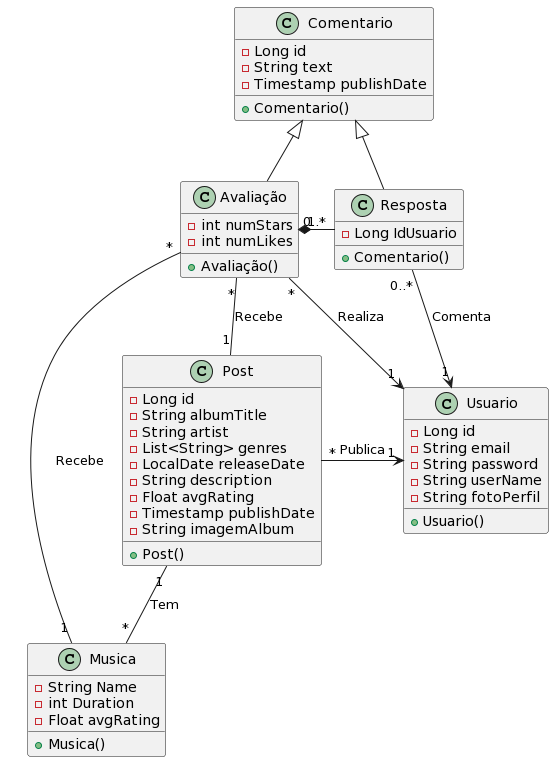
thcastilho/devweb keeps this PlantUML diagram as uml.png. Above is the earlier version.
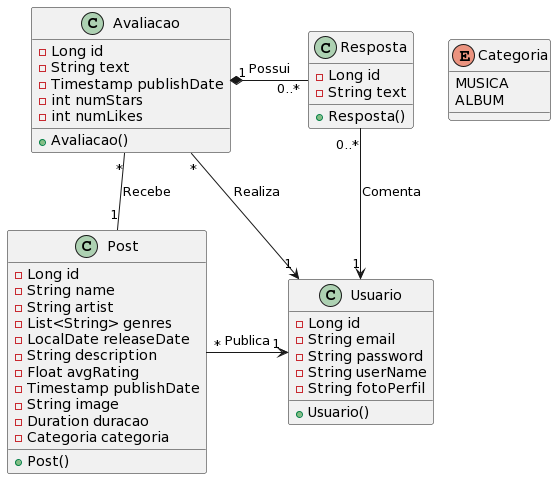
Above is the later version.

The edit, as a diff of the source:
```diff
@@ -10,52 +10,44 @@
 
 class Post {
   - Long id
-  - String albumTitle
+  - String name
   - String artist
   - List<String> genres
   - LocalDate releaseDate
   - String description
   - Float avgRating
   - Timestamp publishDate
-  - String imagemAlbum
+  - String image
+  - Duration duracao
+  - Categoria categoria
   + Post()
 }
 
-class Comentario {
+class Avaliacao {
   - Long id
   - String text
   - Timestamp publishDate
-  + Comentario()
-}
-
-class Avaliação {
   - int numStars
   - int numLikes
-  + Avaliação()
+  + Avaliacao()
 }
 
 class Resposta {
-  - Long IdUsuario
-  + Comentario()
+  - Long id
+  - String text
+  + Resposta()
 }
 
-class Musica {
-  - String Name
-  - int Duration
-  - Float avgRating
-  + Musica()
+enum Categoria {
+  MUSICA
+  ALBUM
 }
 
-Comentario <|-- Avaliação
-Comentario <|-- Resposta
-
 Usuario "1" <-left- "*" Post : Publica
-Usuario "1" <-up- "*" Avaliação : Realiza
+Usuario "1" <-up- "*" Avaliacao : Realiza
 Usuario "1" <-up- "0..*" Resposta : Comenta
 
-Post "1" -- "*" Musica : Tem
-Post "1" -up- "*" Avaliação : Recebe
+Post "1" -up- "*" Avaliacao : Recebe
 
-Musica "1" -- "*" Avaliação : Recebe
-Avaliação "1" *-right- "0..*" Resposta
+Avaliacao "1" *-right- "0..*" Resposta : Possui
 @enduml
```
